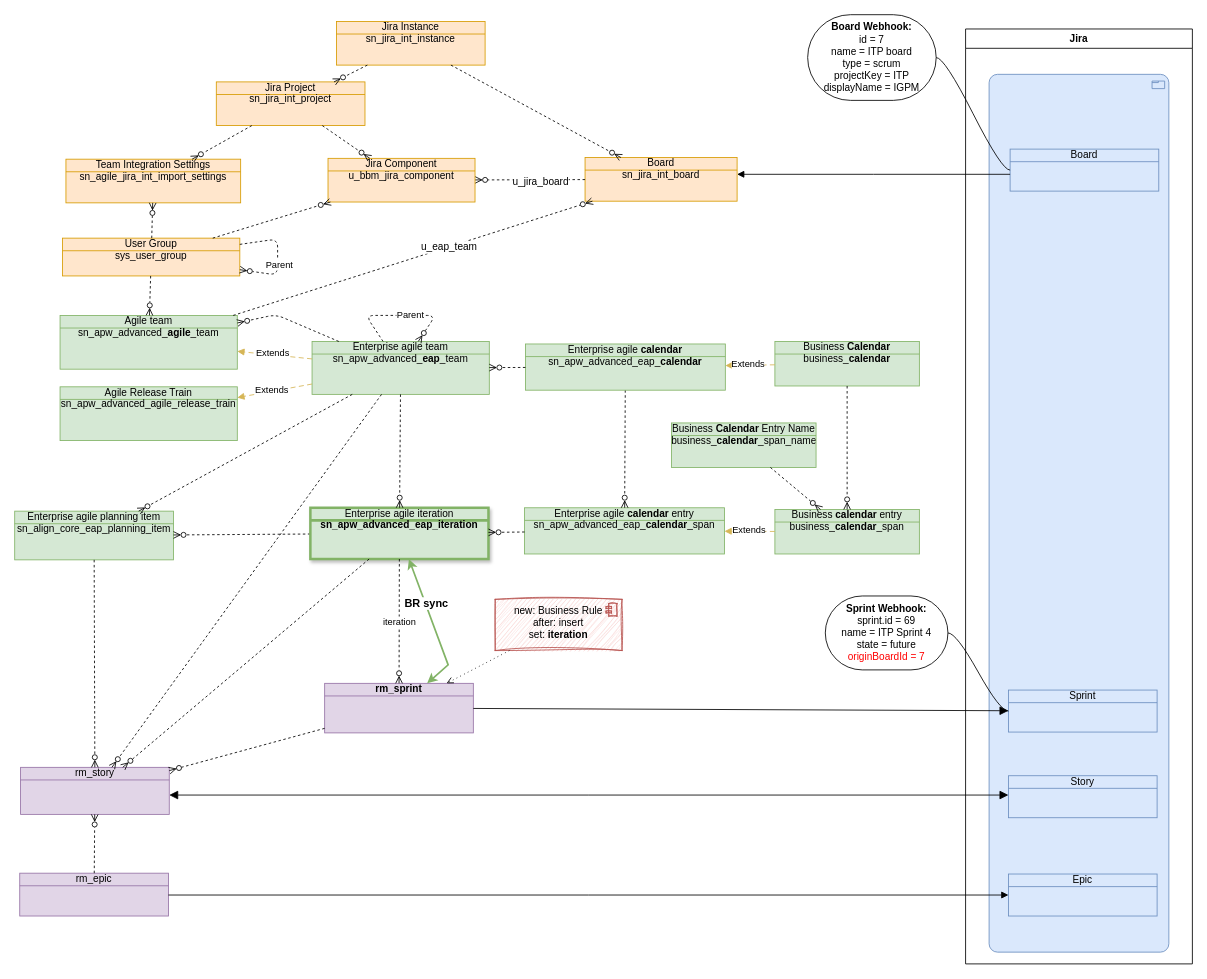
Earlier version of the draw.io diagram BoschEAP.drawio (algimas/tmp). Source tidied: cells renumbered, new cells numbered last; positions are measured from the earlier drawing's top-left corner, leaving out a move shared by most shapes. Both pictures are drawn from the tidied source at 84%, with x=0, y=0 at pixel (14, 14).
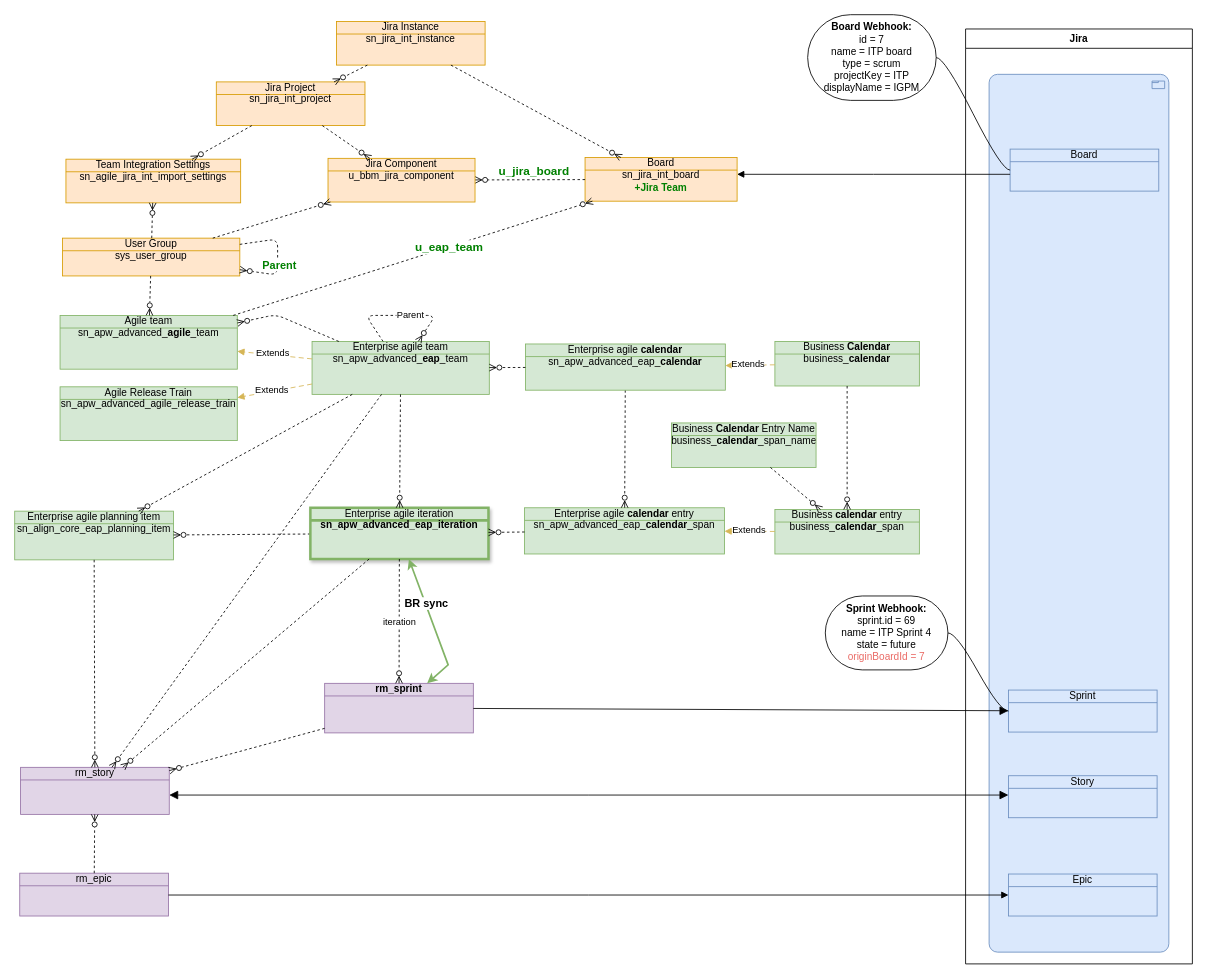
The same page after the edit.

Unchanged cells that the change refers to:
```xml
<mxCell id="2" value="&lt;b&gt;rm_sprint&lt;/b&gt;" style="html=1;outlineConnect=0;whiteSpace=wrap;fillColor=#e1d5e7;shape=mxgraph.archimate3.businessObject;overflow=fill;strokeColor=#9673a6;" parent="1" vertex="1">
  <mxGeometry x="369" y="796" width="177" height="59" as="geometry" />
</mxCell>
<mxCell id="46" style="html=1;dashed=1;labelBackgroundColor=none;startArrow=none;endArrow=ERzeroToMany;fontFamily=Verdana;fontSize=12;align=left;startFill=0;endFill=0;" parent="1" edge="1" source="40" target="73">
  <mxGeometry relative="1" as="geometry" />
</mxCell>
<mxCell id="51" style="html=1;dashed=1;labelBackgroundColor=none;startArrow=none;endArrow=ERzeroToMany;fontFamily=Verdana;fontSize=12;align=left;startFill=0;endFill=0;" parent="1" edge="1" source="31" target="40">
  <mxGeometry relative="1" as="geometry" />
</mxCell>
<mxCell id="76" style="html=1;dashed=1;labelBackgroundColor=none;startArrow=none;endArrow=ERzeroToMany;fontFamily=Verdana;fontSize=12;align=left;startFill=0;endFill=0;" parent="1" edge="1" source="34" target="34">
  <mxGeometry relative="1" as="geometry">
    <Array as="points">
      <mxPoint x="313" y="267" />
    </Array>
  </mxGeometry>
</mxCell>
```

Change to the diagram source:
```diff
@@
-    <mxCell id="23" value="&lt;div&gt;new: Business Rule&lt;/div&gt;&lt;div&gt;after: insert&lt;/div&gt;&lt;div&gt;set: &lt;b&gt;iteration&lt;/b&gt;&lt;br&gt;&lt;/div&gt;" style="html=1;outlineConnect=0;whiteSpace=wrap;fillColor=#f8cecc;shape=mxgraph.archimate3.application;appType=comp;archiType=square;strokeColor=#b85450;verticalAlign=top;gradientColor=none;sketch=1;curveFitting=1;jiggle=2;" parent="1" vertex="1">
-      <mxGeometry x="572" y="696" width="151" height="61" as="geometry" />
-    </mxCell>
-    <mxCell id="24" style="html=1;endArrow=open;elbow=vertical;endFill=0;dashed=1;dashPattern=1 4;rounded=0;" parent="1" edge="1" source="23" target="2">
-      <mxGeometry relative="1" as="geometry" />
-    </mxCell>
@@
-    <mxCell id="40" value="Board&lt;div&gt;sn_jira_int_board&lt;/div&gt;" style="html=1;outlineConnect=0;whiteSpace=wrap;fillColor=#ffe6cc;shape=mxgraph.archimate3.businessObject;overflow=fill;strokeColor=#d79b00;" parent="1" vertex="1">
+    <mxCell id="40" value="Board&lt;div&gt;sn_jira_int_board&lt;/div&gt;&lt;div&gt;&lt;b&gt;&lt;font style=&quot;color: rgb(0, 128, 0);&quot;&gt;+Jira Team&lt;/font&gt;&lt;/b&gt;&lt;/div&gt;" style="html=1;outlineConnect=0;whiteSpace=wrap;fillColor=#ffe6cc;shape=mxgraph.archimate3.businessObject;overflow=fill;strokeColor=#d79b00;" parent="1" vertex="1">
       <mxGeometry x="679" y="170" width="181" height="52" as="geometry" />
     </mxCell>
@@
-    <mxCell id="47" value="u_jira_board" style="edgeLabel;html=1;align=center;verticalAlign=middle;fontSize=12;" parent="46" vertex="1">
-      <mxGeometry x="-0.18" y="2" relative="1" as="geometry" />
+    <mxCell id="47" value="u_jira_board" style="edgeLabel;html=1;align=center;verticalAlign=middle;fontSize=14;fontStyle=1;fontColor=#008000;" parent="46" vertex="1">
+      <mxGeometry x="-0.18" y="2" relative="1" as="geometry">
+        <mxPoint x="-8" y="-13" as="offset" />
+      </mxGeometry>
     </mxCell>
@@
-    <mxCell id="52" value="&lt;font style=&quot;color: rgb(0, 0, 0);&quot;&gt;u_eap_team&lt;/font&gt;" style="edgeLabel;html=1;align=center;verticalAlign=middle;fontSize=12;" parent="51" vertex="1">
+    <mxCell id="52" value="&lt;font&gt;u_eap_team&lt;/font&gt;" style="edgeLabel;html=1;align=center;verticalAlign=middle;fontSize=14;fontColor=#008000;fontStyle=1;" parent="51" vertex="1">
       <mxGeometry x="0.2" relative="1" as="geometry" />
     </mxCell>
@@
-    <mxCell id="69" value="&lt;div&gt;&lt;b&gt;Sprint Webhook:&lt;/b&gt;&lt;/div&gt;&lt;div&gt;sprint.id = 69&lt;/div&gt;&lt;div&gt;name = ITP Sprint 4&lt;/div&gt;&lt;div&gt;state = future&lt;/div&gt;&lt;div&gt;&lt;font style=&quot;color: rgb(255, 0, 0);&quot;&gt;originBoardId = 7&lt;/font&gt;&lt;/div&gt;" style="whiteSpace=wrap;html=1;rounded=1;arcSize=50;align=center;verticalAlign=middle;strokeWidth=1;spacing=4;newEdgeStyle={&quot;edgeStyle&quot;:&quot;entityRelationEdgeStyle&quot;,&quot;startArrow&quot;:&quot;none&quot;,&quot;endArrow&quot;:&quot;none&quot;,&quot;segment&quot;:10,&quot;curved&quot;:1,&quot;sourcePerimeterSpacing&quot;:0,&quot;targetPerimeterSpacing&quot;:0};" parent="1" vertex="1">
+    <mxCell id="69" value="&lt;div&gt;&lt;b&gt;Sprint Webhook:&lt;/b&gt;&lt;/div&gt;&lt;div&gt;sprint.id = 69&lt;/div&gt;&lt;div&gt;name = ITP Sprint 4&lt;/div&gt;&lt;div&gt;state = future&lt;/div&gt;&lt;div&gt;&lt;font style=&quot;color: rgb(234, 107, 102);&quot;&gt;originBoardId = 7&lt;/font&gt;&lt;/div&gt;" style="whiteSpace=wrap;html=1;rounded=1;arcSize=50;align=center;verticalAlign=middle;strokeWidth=1;spacing=4;newEdgeStyle={&quot;edgeStyle&quot;:&quot;entityRelationEdgeStyle&quot;,&quot;startArrow&quot;:&quot;none&quot;,&quot;endArrow&quot;:&quot;none&quot;,&quot;segment&quot;:10,&quot;curved&quot;:1,&quot;sourcePerimeterSpacing&quot;:0,&quot;targetPerimeterSpacing&quot;:0};" parent="1" vertex="1">
       <mxGeometry x="965" y="692" width="146" height="88" as="geometry" />
     </mxCell>
@@
-    <mxCell id="77" value="Parent" style="edgeLabel;html=1;align=center;verticalAlign=middle;" parent="76" vertex="1">
+    <mxCell id="77" value="Parent" style="edgeLabel;html=1;align=center;verticalAlign=middle;fontStyle=1;fontColor=#008000;fontSize=13;" parent="76" vertex="1">
       <mxGeometry x="0.14" y="1" relative="1" as="geometry" />
     </mxCell>
```
